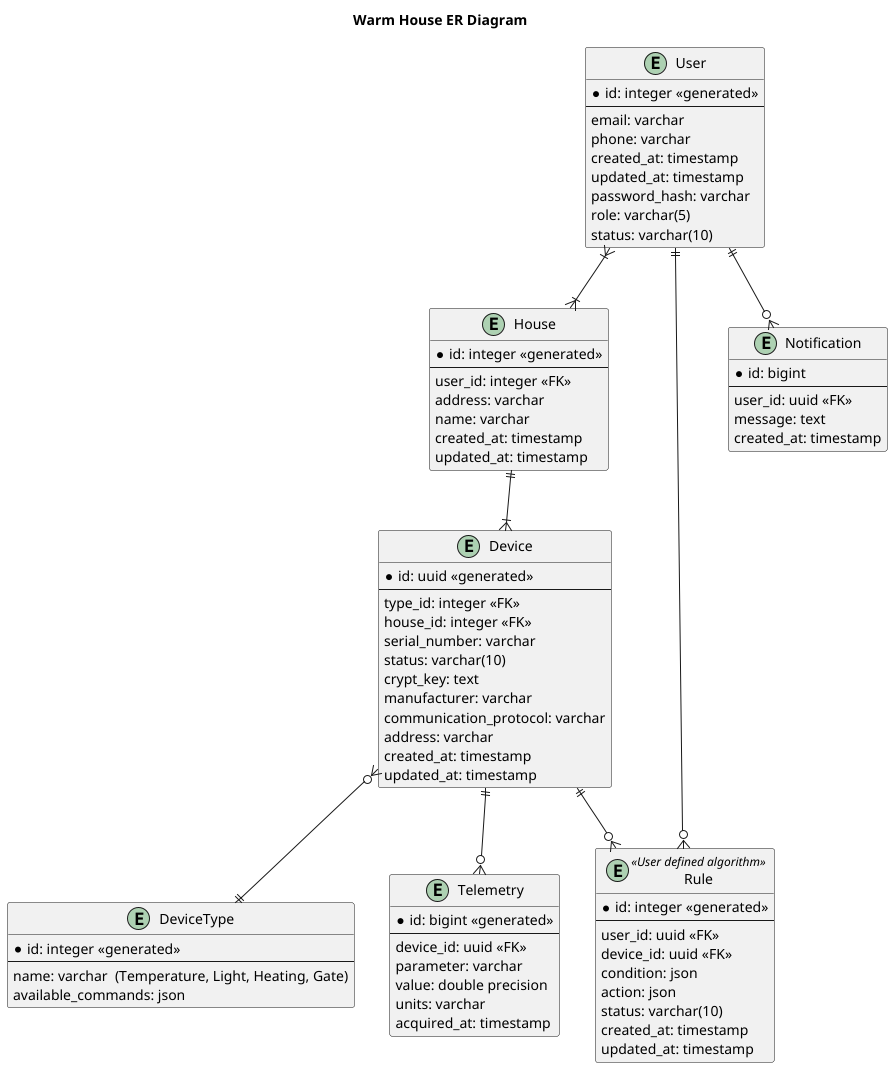
Before: diagrams/erd-Warm_House_ER_Diagram.png, a diagram exported from PlantUML (dima9478/arcihecture-sprint-3).
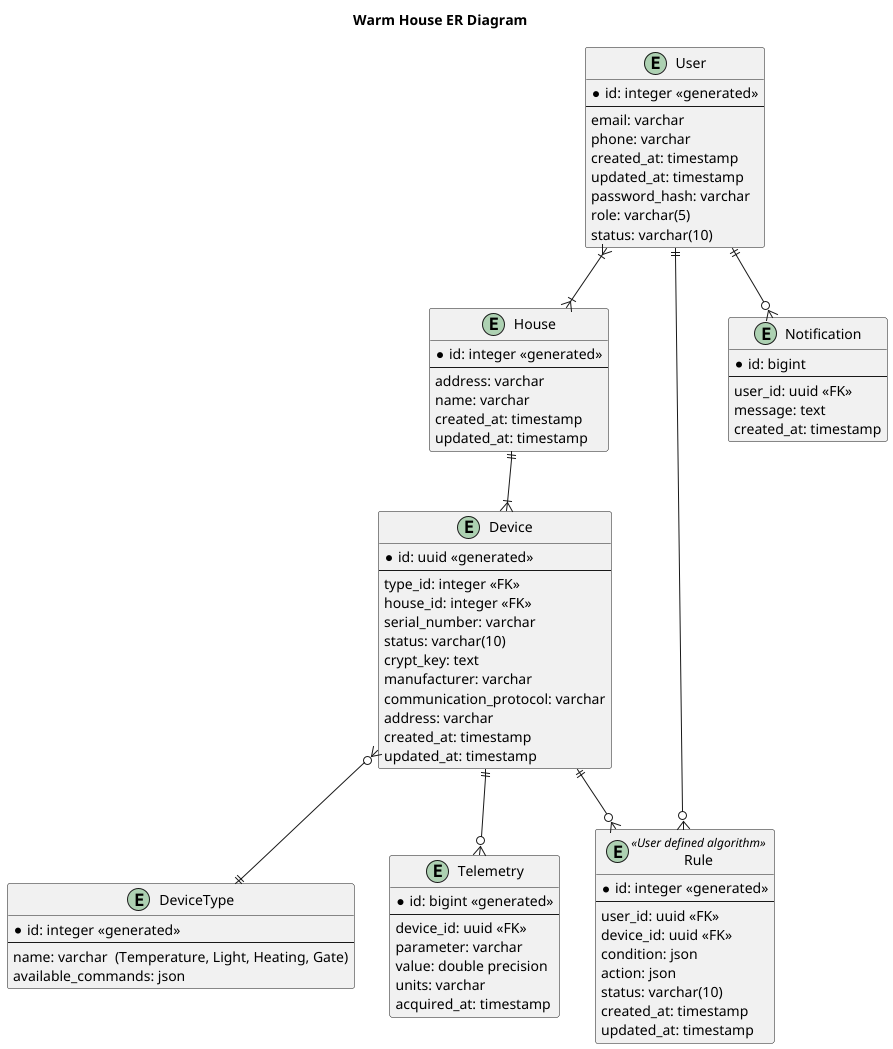
Above is the later version.

Change to the diagram source:
```diff
@@ -16,7 +16,6 @@
 entity House {
     * id: integer <<generated>>
     --
-    user_id: integer <<FK>>
     address: varchar
     name: varchar
     created_at: timestamp
```
